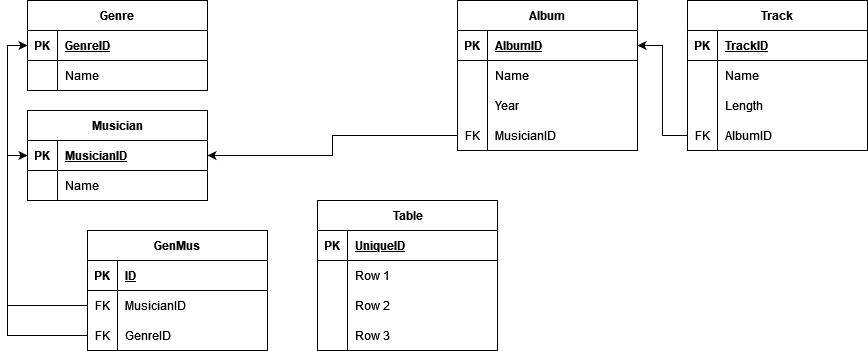
This is DB_HW_1.png from Garpusha/Database-HW, a draw.io export, as it was before one commit. Source tidied: cells renumbered, new cells last; positions are measured from the earlier drawing's top-left corner, leaving out a move shared by most shapes.
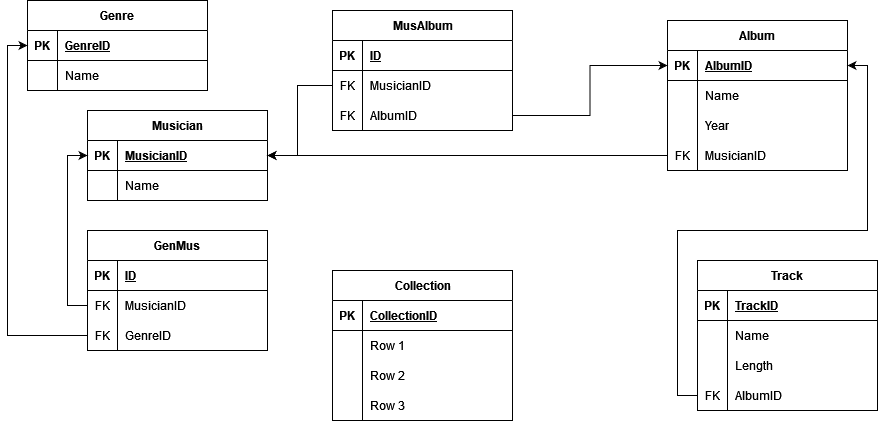
After the change.

The edit, as a diff of the source:
```diff
@@ -24,7 +24,7 @@
       <mxGeometry x="30" width="150" height="30" as="geometry" />
     </mxCell>
     <mxCell id="9" value="Musician" style="shape=table;startSize=30;rowLines=0;fontStyle=1;align=center;" parent="1" vertex="1">
-      <mxGeometry y="110" width="180" height="90" as="geometry" />
+      <mxGeometry x="60" y="110" width="180" height="90" as="geometry" />
     </mxCell>
     <mxCell id="10" style="shape=tableRow;horizontal=0;startSize=0;swimlaneHead=0;swimlaneBody=0;fillColor=none;points=[[0,0.5],[1,0.5]];portConstraint=eastwest;top=0;left=0;right=0;bottom=1;" parent="9" vertex="1">
       <mxGeometry y="30" width="180" height="30" as="geometry" />
@@ -45,7 +45,7 @@
       <mxGeometry x="30" width="150" height="30" as="geometry" />
     </mxCell>
     <mxCell id="16" value="Album" style="shape=table;startSize=30;rowLines=0;fontStyle=1;align=center;" parent="1" vertex="1">
-      <mxGeometry x="430" width="180" height="150" as="geometry" />
+      <mxGeometry x="640" y="20" width="180" height="150" as="geometry" />
     </mxCell>
     <mxCell id="17" style="shape=tableRow;horizontal=0;startSize=0;swimlaneHead=0;swimlaneBody=0;fillColor=none;points=[[0,0.5],[1,0.5]];portConstraint=eastwest;top=0;left=0;right=0;bottom=1;" parent="16" vertex="1">
       <mxGeometry y="30" width="180" height="30" as="geometry" />
@@ -84,7 +84,7 @@
       <mxGeometry x="30" width="150" height="30" as="geometry" />
     </mxCell>
     <mxCell id="29" value="Track" style="shape=table;startSize=30;rowLines=0;fontStyle=1;align=center;" parent="1" vertex="1">
-      <mxGeometry x="660" width="180" height="150" as="geometry" />
+      <mxGeometry x="670" y="260" width="180" height="150" as="geometry" />
     </mxCell>
     <mxCell id="30" style="shape=tableRow;horizontal=0;startSize=0;swimlaneHead=0;swimlaneBody=0;fillColor=none;top=0;left=0;right=0;bottom=1;" parent="29" vertex="1">
       <mxGeometry y="30" width="180" height="30" as="geometry" />
@@ -164,8 +164,8 @@
     <mxCell id="55" style="edgeStyle=orthogonalEdgeStyle;rounded=0;jettySize=auto;html=1;exitX=0;exitY=0.5;exitDx=0;exitDy=0;entryX=0;entryY=0.5;entryDx=0;entryDy=0;" parent="1" edge="1" source="46" target="10">
       <mxGeometry relative="1" as="geometry" />
     </mxCell>
-    <mxCell id="56" value="Table" style="shape=table;startSize=30;rowLines=0;fontStyle=1;align=center;html=1;" parent="1" vertex="1">
-      <mxGeometry x="290" y="200" width="180" height="150" as="geometry" />
+    <mxCell id="56" value="MusAlbum" style="shape=table;startSize=30;rowLines=0;fontStyle=1;align=center;html=1;" parent="1" vertex="1">
+      <mxGeometry x="305" y="10" width="180" height="120" as="geometry" />
     </mxCell>
     <mxCell id="57" style="shape=tableRow;horizontal=0;startSize=0;swimlaneHead=0;swimlaneBody=0;fillColor=none;top=0;left=0;right=0;bottom=1;" parent="56" vertex="1">
       <mxGeometry y="30" width="180" height="30" as="geometry" />
@@ -173,33 +173,74 @@
     <mxCell id="58" value="PK" style="shape=partialRectangle;fillColor=none;top=0;left=0;bottom=0;right=0;fontStyle=1;overflow=hidden;whiteSpace=wrap;html=1;" parent="57" vertex="1">
       <mxGeometry width="30" height="30" as="geometry" />
     </mxCell>
-    <mxCell id="59" value="UniqueID" style="shape=partialRectangle;fillColor=none;top=0;left=0;bottom=0;right=0;align=left;spacingLeft=6;fontStyle=5;overflow=hidden;whiteSpace=wrap;html=1;" parent="57" vertex="1">
+    <mxCell id="59" value="&lt;div&gt;ID&lt;/div&gt;" style="shape=partialRectangle;fillColor=none;top=0;left=0;bottom=0;right=0;align=left;spacingLeft=6;fontStyle=5;overflow=hidden;whiteSpace=wrap;html=1;" parent="57" vertex="1">
       <mxGeometry x="30" width="150" height="30" as="geometry" />
     </mxCell>
     <mxCell id="60" style="shape=tableRow;horizontal=0;startSize=0;swimlaneHead=0;swimlaneBody=0;fillColor=none;points=[[0,0.5],[1,0.5]];portConstraint=eastwest;top=0;left=0;right=0;bottom=0;" parent="56" vertex="1">
       <mxGeometry y="60" width="180" height="30" as="geometry" />
     </mxCell>
-    <mxCell id="61" style="shape=partialRectangle;fillColor=none;top=0;left=0;bottom=0;right=0;overflow=hidden;whiteSpace=wrap;html=1;" parent="60" vertex="1">
+    <mxCell id="61" value="FK" style="shape=partialRectangle;fillColor=none;top=0;left=0;bottom=0;right=0;overflow=hidden;whiteSpace=wrap;html=1;" parent="60" vertex="1">
       <mxGeometry width="30" height="30" as="geometry" />
     </mxCell>
-    <mxCell id="62" value="Row 1" style="shape=partialRectangle;fillColor=none;top=0;left=0;bottom=0;right=0;align=left;spacingLeft=6;overflow=hidden;whiteSpace=wrap;html=1;" parent="60" vertex="1">
+    <mxCell id="62" value="MusicianID" style="shape=partialRectangle;fillColor=none;top=0;left=0;bottom=0;right=0;align=left;spacingLeft=6;overflow=hidden;whiteSpace=wrap;html=1;" parent="60" vertex="1">
       <mxGeometry x="30" width="150" height="30" as="geometry" />
     </mxCell>
     <mxCell id="63" style="shape=tableRow;horizontal=0;startSize=0;swimlaneHead=0;swimlaneBody=0;fillColor=none;points=[[0,0.5],[1,0.5]];portConstraint=eastwest;top=0;left=0;right=0;bottom=0;" parent="56" vertex="1">
       <mxGeometry y="90" width="180" height="30" as="geometry" />
     </mxCell>
-    <mxCell id="64" style="shape=partialRectangle;fillColor=none;top=0;left=0;bottom=0;right=0;overflow=hidden;whiteSpace=wrap;html=1;" parent="63" vertex="1">
+    <mxCell id="64" value="FK" style="shape=partialRectangle;fillColor=none;top=0;left=0;bottom=0;right=0;overflow=hidden;whiteSpace=wrap;html=1;" parent="63" vertex="1">
       <mxGeometry width="30" height="30" as="geometry" />
     </mxCell>
-    <mxCell id="65" value="Row 2" style="shape=partialRectangle;fillColor=none;top=0;left=0;bottom=0;right=0;align=left;spacingLeft=6;overflow=hidden;whiteSpace=wrap;html=1;" parent="63" vertex="1">
+    <mxCell id="65" value="AlbumID" style="shape=partialRectangle;fillColor=none;top=0;left=0;bottom=0;right=0;align=left;spacingLeft=6;overflow=hidden;whiteSpace=wrap;html=1;" parent="63" vertex="1">
       <mxGeometry x="30" width="150" height="30" as="geometry" />
     </mxCell>
+    <mxCell id="69" style="edgeStyle=orthogonalEdgeStyle;rounded=0;jettySize=auto;html=1;entryX=1;entryY=0.5;entryDx=0;entryDy=0;" parent="1" edge="1" source="60" target="10">
+      <mxGeometry relative="1" as="geometry">
+        <Array as="points">
+          <mxPoint x="270" y="85" />
+          <mxPoint x="270" y="155" />
+        </Array>
+      </mxGeometry>
+    </mxCell>
+    <mxCell id="70" style="edgeStyle=orthogonalEdgeStyle;rounded=0;jettySize=auto;html=1;entryX=0;entryY=0.5;entryDx=0;entryDy=0;" parent="1" edge="1" source="63" target="17">
+      <mxGeometry relative="1" as="geometry" />
+    </mxCell>
+    <mxCell id="71" value="Collection" style="shape=table;startSize=30;rowLines=0;fontStyle=1;align=center;html=1;" parent="1" vertex="1">
+      <mxGeometry x="305" y="270" width="180" height="150" as="geometry" />
+    </mxCell>
+    <mxCell id="72" style="shape=tableRow;horizontal=0;startSize=0;swimlaneHead=0;swimlaneBody=0;fillColor=none;top=0;left=0;right=0;bottom=1;" parent="71" vertex="1">
+      <mxGeometry y="30" width="180" height="30" as="geometry" />
+    </mxCell>
+    <mxCell id="73" value="PK" style="shape=partialRectangle;fillColor=none;top=0;left=0;bottom=0;right=0;fontStyle=1;overflow=hidden;whiteSpace=wrap;html=1;" parent="72" vertex="1">
+      <mxGeometry width="30" height="30" as="geometry" />
+    </mxCell>
+    <mxCell id="74" value="CollectionID" style="shape=partialRectangle;fillColor=none;top=0;left=0;bottom=0;right=0;align=left;spacingLeft=6;fontStyle=5;overflow=hidden;whiteSpace=wrap;html=1;" parent="72" vertex="1">
+      <mxGeometry x="30" width="150" height="30" as="geometry" />
+    </mxCell>
+    <mxCell id="75" style="shape=tableRow;horizontal=0;startSize=0;swimlaneHead=0;swimlaneBody=0;fillColor=none;top=0;left=0;right=0;bottom=0;" parent="71" vertex="1">
+      <mxGeometry y="60" width="180" height="30" as="geometry" />
+    </mxCell>
+    <mxCell id="76" style="shape=partialRectangle;fillColor=none;top=0;left=0;bottom=0;right=0;overflow=hidden;whiteSpace=wrap;html=1;" parent="75" vertex="1">
+      <mxGeometry width="30" height="30" as="geometry" />
+    </mxCell>
+    <mxCell id="77" value="Row 1" style="shape=partialRectangle;fillColor=none;top=0;left=0;bottom=0;right=0;align=left;spacingLeft=6;overflow=hidden;whiteSpace=wrap;html=1;" parent="75" vertex="1">
+      <mxGeometry x="30" width="150" height="30" as="geometry" />
+    </mxCell>
+    <mxCell id="78" style="shape=tableRow;horizontal=0;startSize=0;swimlaneHead=0;swimlaneBody=0;fillColor=none;top=0;left=0;right=0;bottom=0;" parent="71" vertex="1">
+      <mxGeometry y="90" width="180" height="30" as="geometry" />
+    </mxCell>
+    <mxCell id="79" style="shape=partialRectangle;fillColor=none;top=0;left=0;bottom=0;right=0;overflow=hidden;whiteSpace=wrap;html=1;" parent="78" vertex="1">
+      <mxGeometry width="30" height="30" as="geometry" />
+    </mxCell>
+    <mxCell id="80" value="Row 2" style="shape=partialRectangle;fillColor=none;top=0;left=0;bottom=0;right=0;align=left;spacingLeft=6;overflow=hidden;whiteSpace=wrap;html=1;" parent="78" vertex="1">
+      <mxGeometry x="30" width="150" height="30" as="geometry" />
+    </mxCell>
-    <mxCell id="66" style="shape=tableRow;horizontal=0;startSize=0;swimlaneHead=0;swimlaneBody=0;fillColor=none;top=0;left=0;right=0;bottom=0;" parent="56" vertex="1">
+    <mxCell id="66" style="shape=tableRow;horizontal=0;startSize=0;swimlaneHead=0;swimlaneBody=0;fillColor=none;top=0;left=0;right=0;bottom=0;" parent="71" vertex="1">
       <mxGeometry y="120" width="180" height="30" as="geometry" />
     </mxCell>
-    <mxCell id="67" style="shape=partialRectangle;fillColor=none;top=0;left=0;bottom=0;right=0;overflow=hidden;whiteSpace=wrap;html=1;" parent="66" vertex="1">
-      <mxGeometry width="30" height="30" as="geometry" />
-    </mxCell>
+    <mxCell id="81" style="shape=partialRectangle;fillColor=none;top=0;left=0;bottom=0;right=0;overflow=hidden;whiteSpace=wrap;html=1;" parent="66" vertex="1">
+      <mxGeometry width="30" height="30" as="geometry" />
+    </mxCell>
     <mxCell id="68" value="Row 3" style="shape=partialRectangle;fillColor=none;top=0;left=0;bottom=0;right=0;align=left;spacingLeft=6;overflow=hidden;whiteSpace=wrap;html=1;" parent="66" vertex="1">
       <mxGeometry x="30" width="150" height="30" as="geometry" />
     </mxCell>
```
